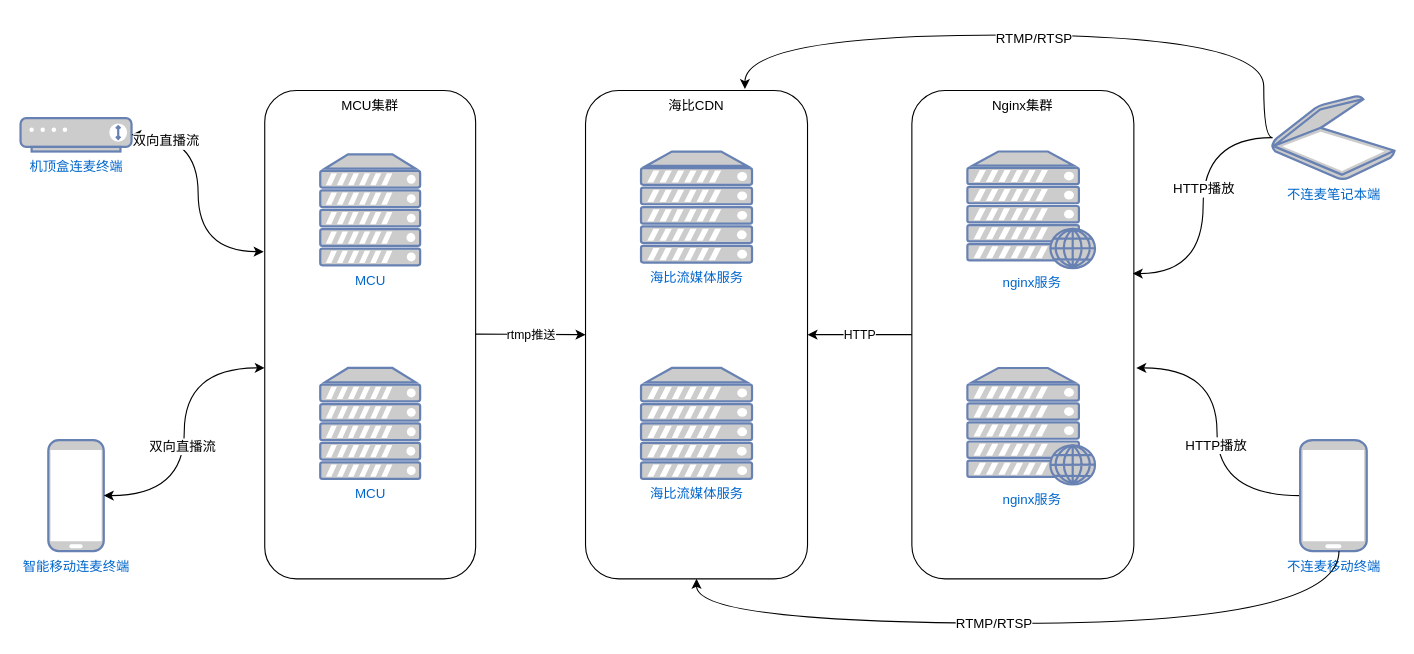
Before: page "普通视频会议互动" (2 of 2) of videoconf_hb_mcu.drawio in lcrboy/doc, a draw.io diagram. Source tidied: cells renumbered, new cells numbered last; positions are measured from the earlier drawing's top-left corner, leaving out a move shared by most shapes. Both pictures are drawn from the tidied source at 111%, with x=0, y=0 at pixel (20, 34).
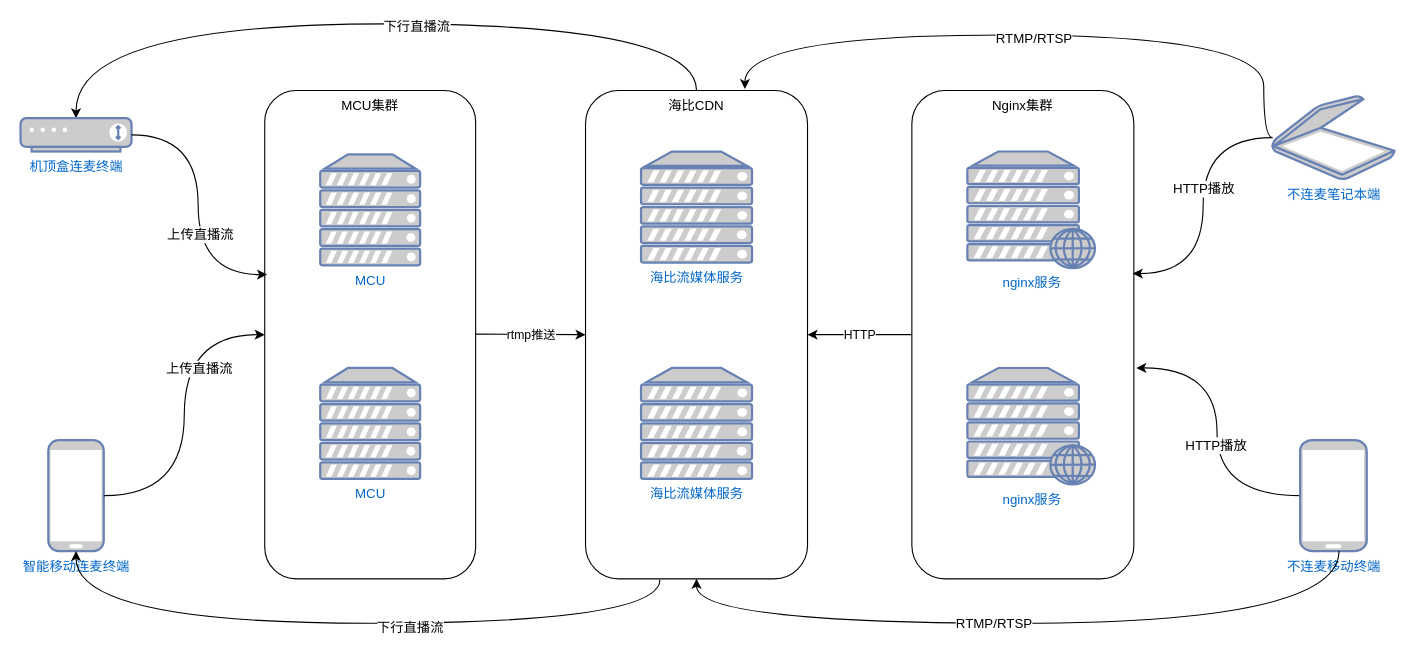
After the change.

Unchanged cells that the change refers to:
```xml
<mxCell id="3" value="MCU集群" style="rounded=1;whiteSpace=wrap;html=1;align=center;verticalAlign=top;" parent="1" vertex="1">
  <mxGeometry x="220" y="50" width="190" height="440" as="geometry" />
</mxCell>
<mxCell id="4" value="海比CDN" style="rounded=1;whiteSpace=wrap;html=1;align=center;verticalAlign=top;" parent="1" vertex="1">
  <mxGeometry x="509" y="50" width="200" height="440" as="geometry" />
</mxCell>
<mxCell id="5" value="智能移动连麦终端" style="fontColor=#0066CC;verticalAlign=top;verticalLabelPosition=bottom;labelPosition=center;align=center;html=1;outlineConnect=0;fillColor=#CCCCCC;strokeColor=#6881B3;gradientColor=none;gradientDirection=north;strokeWidth=2;shape=mxgraph.networks.mobile;" parent="1" vertex="1">
  <mxGeometry x="25" y="365" width="50" height="100" as="geometry" />
</mxCell>
<mxCell id="6" value="机顶盒连麦终端" style="fontColor=#0066CC;verticalAlign=top;verticalLabelPosition=bottom;labelPosition=center;align=center;html=1;outlineConnect=0;fillColor=#CCCCCC;strokeColor=#6881B3;gradientColor=none;gradientDirection=north;strokeWidth=2;shape=mxgraph.networks.modem;" parent="1" vertex="1">
  <mxGeometry y="75" width="100" height="30" as="geometry" />
</mxCell>
```

Change to the diagram source:
```diff
@@
+    <mxCell id="29" style="edgeStyle=orthogonalEdgeStyle;curved=1;rounded=0;jettySize=auto;html=1;" parent="1" edge="1" source="4" target="6">
+      <mxGeometry relative="1" as="geometry">
+        <Array as="points">
+          <mxPoint x="609" y="-10" />
+          <mxPoint x="50" y="-10" />
+        </Array>
+      </mxGeometry>
+    </mxCell>
+    <mxCell id="30" value="下行直播流" style="text;html=1;align=center;verticalAlign=middle;labelBackgroundColor=#ffffff;" parent="29" vertex="1">
+      <mxGeometry x="-0.11" y="2" relative="1" as="geometry" />
+    </mxCell>
@@
-    <mxCell id="8" style="endArrow=classic;startArrow=classic;html=1;edgeStyle=orthogonalEdgeStyle;curved=1;entryX=0;entryY=0.568;entryDx=0;entryDy=0;entryPerimeter=0;exitX=1;exitY=0.5;exitDx=0;exitDy=0;exitPerimeter=0;" parent="1" edge="1" source="5" target="3">
-      <mxGeometry relative="1" as="geometry" />
-    </mxCell>
-    <mxCell id="9" value="双向直播流" style="text;html=1;align=center;verticalAlign=middle;labelBackgroundColor=#ffffff;" parent="8" vertex="1">
-      <mxGeometry x="-0.1" y="2" relative="1" as="geometry" />
-    </mxCell>
@@
-    <mxCell id="12" style="endArrow=classic;startArrow=classic;html=1;edgeStyle=orthogonalEdgeStyle;curved=1;entryX=-0.005;entryY=0.33;entryDx=0;entryDy=0;entryPerimeter=0;" parent="1" edge="1" source="6" target="3">
-      <mxGeometry relative="1" as="geometry" />
-    </mxCell>
-    <mxCell id="13" value="双向直播流" style="text;html=1;align=center;verticalAlign=middle;labelBackgroundColor=#ffffff;" parent="12" vertex="1">
-      <mxGeometry x="-0.42" y="-30" relative="1" as="geometry" />
-    </mxCell>
@@
+    <mxCell id="12" style="endArrow=classic;html=1;entryX=0.011;entryY=0.377;entryDx=0;entryDy=0;edgeStyle=orthogonalEdgeStyle;curved=1;entryPerimeter=0;" parent="1" edge="1" source="6" target="3">
+      <mxGeometry relative="1" as="geometry" />
+    </mxCell>
+    <mxCell id="31" value="上传直播流" style="text;html=1;align=center;verticalAlign=middle;labelBackgroundColor=#ffffff;" parent="12" vertex="1">
+      <mxGeometry x="0.21" y="1" relative="1" as="geometry">
+        <mxPoint y="-1" as="offset" />
+      </mxGeometry>
+    </mxCell>
+    <mxCell id="8" style="endArrow=classic;html=1;entryX=0;entryY=0.5;entryDx=0;entryDy=0;edgeStyle=orthogonalEdgeStyle;curved=1;" parent="1" edge="1" source="5" target="3">
+      <mxGeometry relative="1" as="geometry" />
+    </mxCell>
+    <mxCell id="32" value="上传直播流" style="text;html=1;align=center;verticalAlign=middle;labelBackgroundColor=#ffffff;" parent="8" vertex="1">
+      <mxGeometry x="-0.17" y="7" relative="1" as="geometry">
+        <mxPoint x="19.5" y="-67.5" as="offset" />
+      </mxGeometry>
+    </mxCell>
+    <mxCell id="33" style="endArrow=classic;html=1;exitX=0.335;exitY=1.002;exitDx=0;exitDy=0;exitPerimeter=0;entryX=0.5;entryY=1;entryDx=0;entryDy=0;entryPerimeter=0;edgeStyle=orthogonalEdgeStyle;curved=1;" parent="1" edge="1" source="4" target="5">
+      <mxGeometry relative="1" as="geometry">
+        <Array as="points">
+          <mxPoint x="576" y="530" />
+          <mxPoint x="50" y="530" />
+        </Array>
+      </mxGeometry>
+    </mxCell>
+    <mxCell id="34" value="下行直播流" style="text;html=1;align=center;verticalAlign=middle;labelBackgroundColor=#ffffff;" parent="33" vertex="1">
+      <mxGeometry x="-0.16" y="3" relative="1" as="geometry" />
+    </mxCell>
```
